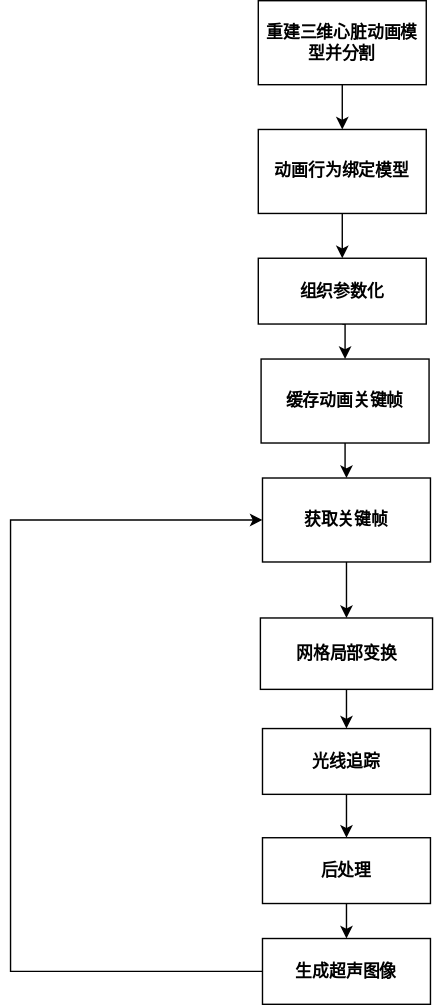
The draw.io diagram 技术路线.svg in shehuinidataoge/-, before a commit. Source tidied: cells renumbered, new cells last; positions are measured from the earlier drawing's top-left corner, leaving out a move shared by most shapes.
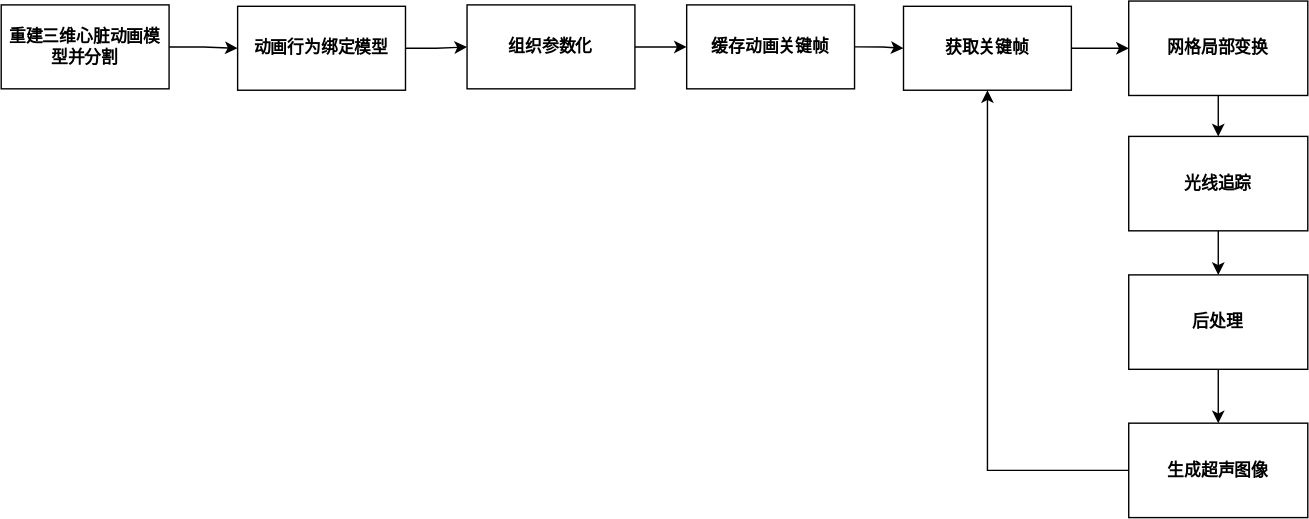
Above is the later version.

Commit message:
更新技术路线.svg

What changed in the source:
```diff
@@ -2,64 +2,59 @@
   <root>
     <mxCell id="0" />
     <mxCell id="1" parent="0" />
-    <mxCell id="2" style="edgeStyle=orthogonalEdgeStyle;rounded=0;jettySize=auto;html=1;fontStyle=1;" parent="1" edge="1" source="3" target="5">
+    <mxCell id="2" style="edgeStyle=orthogonalEdgeStyle;rounded=0;jettySize=auto;html=1;fontStyle=1;align=center;" parent="1" edge="1" source="3" target="5">
       <mxGeometry relative="1" as="geometry" />
     </mxCell>
-    <mxCell id="3" value="重建三维心脏动画模型并分割" style="rounded=0;whiteSpace=wrap;html=1;fontStyle=1;" parent="1" vertex="1">
-      <mxGeometry x="177" width="120" height="60" as="geometry" />
+    <mxCell id="3" value="重建三维心脏动画模型并分割" style="rounded=0;whiteSpace=wrap;html=1;fontStyle=1;align=center;flipV=1;flipH=0;" parent="1" vertex="1">
+      <mxGeometry x="-354" y="131" width="120" height="60" as="geometry" />
     </mxCell>
-    <mxCell id="4" style="edgeStyle=orthogonalEdgeStyle;rounded=0;jettySize=auto;html=1;fontStyle=1;" parent="1" edge="1" source="5" target="7">
+    <mxCell id="4" style="edgeStyle=orthogonalEdgeStyle;rounded=0;jettySize=auto;html=1;fontStyle=1;align=center;" parent="1" edge="1" source="5" target="7">
       <mxGeometry relative="1" as="geometry" />
     </mxCell>
-    <mxCell id="5" value="动画行为绑定模型" style="rounded=0;whiteSpace=wrap;html=1;fontStyle=1;" parent="1" vertex="1">
-      <mxGeometry x="177" y="92" width="120" height="60" as="geometry" />
+    <mxCell id="5" value="动画行为绑定模型" style="rounded=0;whiteSpace=wrap;html=1;fontStyle=1;align=center;flipV=1;flipH=0;" parent="1" vertex="1">
+      <mxGeometry x="-185" y="132" width="120" height="60" as="geometry" />
     </mxCell>
+    <mxCell id="10" style="edgeStyle=orthogonalEdgeStyle;rounded=0;jettySize=auto;html=1;exitX=0.5;exitY=1;exitDx=0;exitDy=0;entryX=0.5;entryY=0;entryDx=0;entryDy=0;" parent="1" edge="1" source="11" target="15">
+      <mxGeometry relative="1" as="geometry" />
+    </mxCell>
+    <mxCell id="11" value="网格局部变换" style="rounded=0;whiteSpace=wrap;html=1;fontStyle=1;align=center;flipV=1;flipH=0;" parent="1" vertex="1">
+      <mxGeometry x="452" y="128.2" width="128" height="67.5" as="geometry" />
+    </mxCell>
-    <mxCell id="6" style="edgeStyle=orthogonalEdgeStyle;rounded=0;jettySize=auto;html=1;exitX=0.5;exitY=1;exitDx=0;exitDy=0;entryX=0.5;entryY=0;entryDx=0;entryDy=0;fontStyle=1;" parent="1" edge="1" source="7" target="9">
+    <mxCell id="6" style="edgeStyle=orthogonalEdgeStyle;rounded=0;jettySize=auto;html=1;" parent="1" edge="1" source="7" target="9">
       <mxGeometry relative="1" as="geometry" />
     </mxCell>
-    <mxCell id="7" value="&#10;&lt;br style=&quot;border-color: var(--border-color); color: rgb(0, 0, 0); font-family: Helvetica; font-size: 12px; font-style: normal; font-variant-ligatures: normal; font-variant-caps: normal; letter-spacing: normal; orphans: 2; text-align: center; text-indent: 0px; text-transform: none; widows: 2; word-spacing: 0px; -webkit-text-stroke-width: 0px; background-color: rgb(255, 255, 255); text-decoration-thickness: initial; text-decoration-style: initial; text-decoration-color: initial;&quot;&gt;&lt;span style=&quot;border-color: var(--border-color); color: rgb(0, 0, 0); font-family: Helvetica; font-size: 12px; font-style: normal; font-variant-ligatures: normal; font-variant-caps: normal; letter-spacing: normal; orphans: 2; text-align: center; text-indent: 0px; text-transform: none; widows: 2; word-spacing: 0px; -webkit-text-stroke-width: 0px; text-decoration-thickness: initial; text-decoration-style: initial; text-decoration-color: initial; background-color: rgb(255, 255, 255); float: none; display: inline !important;&quot;&gt;组织参数化&lt;/span&gt;&lt;br style=&quot;border-color: var(--border-color); color: rgb(0, 0, 0); font-family: Helvetica; font-size: 12px; font-style: normal; font-variant-ligatures: normal; font-variant-caps: normal; letter-spacing: normal; orphans: 2; text-align: center; text-indent: 0px; text-transform: none; widows: 2; word-spacing: 0px; -webkit-text-stroke-width: 0px; background-color: rgb(255, 255, 255); text-decoration-thickness: initial; text-decoration-style: initial; text-decoration-color: initial;&quot;&gt;&#10;&#10;" style="rounded=0;whiteSpace=wrap;html=1;fontStyle=1;" parent="1" vertex="1">
-      <mxGeometry x="177" y="184" width="120" height="47" as="geometry" />
+    <mxCell id="7" value="组织参数化" style="rounded=0;whiteSpace=wrap;html=1;fontStyle=1;align=center;flipV=1;flipH=0;" parent="1" vertex="1">
+      <mxGeometry x="-21" y="131" width="120" height="60" as="geometry" />
     </mxCell>
-    <mxCell id="8" style="edgeStyle=orthogonalEdgeStyle;rounded=0;jettySize=auto;html=1;entryX=0.5;entryY=0;entryDx=0;entryDy=0;fontStyle=1;" parent="1" edge="1" source="9" target="13">
+    <mxCell id="8" style="edgeStyle=orthogonalEdgeStyle;rounded=0;jettySize=auto;html=1;exitX=1;exitY=0.5;exitDx=0;exitDy=0;" parent="1" edge="1" source="9" target="13">
       <mxGeometry relative="1" as="geometry" />
     </mxCell>
-    <mxCell id="9" value="缓存动画关键帧" style="rounded=0;whiteSpace=wrap;html=1;fontStyle=1;" parent="1" vertex="1">
-      <mxGeometry x="179" y="256" width="120" height="60" as="geometry" />
+    <mxCell id="9" value="缓存动画关键帧" style="rounded=0;whiteSpace=wrap;html=1;fontStyle=1;align=center;flipV=1;flipH=0;" parent="1" vertex="1">
+      <mxGeometry x="136" y="131" width="120" height="60" as="geometry" />
     </mxCell>
-    <mxCell id="10" style="edgeStyle=orthogonalEdgeStyle;rounded=0;jettySize=auto;html=1;fontStyle=1;" parent="1" edge="1" source="11" target="15">
-      <mxGeometry relative="1" as="geometry" />
-    </mxCell>
-    <mxCell id="11" value="网格局部变换" style="rounded=0;whiteSpace=wrap;html=1;fontStyle=1;" parent="1" vertex="1">
-      <mxGeometry x="178.5" y="441" width="123" height="51" as="geometry" />
-    </mxCell>
-    <mxCell id="12" style="edgeStyle=orthogonalEdgeStyle;rounded=0;jettySize=auto;html=1;exitX=0.5;exitY=1;exitDx=0;exitDy=0;fontStyle=1;" parent="1" edge="1" source="13" target="11">
+    <mxCell id="12" style="edgeStyle=orthogonalEdgeStyle;rounded=0;jettySize=auto;html=1;exitX=1;exitY=0.5;exitDx=0;exitDy=0;" parent="1" edge="1" source="13" target="11">
       <mxGeometry relative="1" as="geometry" />
     </mxCell>
-    <mxCell id="13" value="获取关键帧" style="rounded=0;whiteSpace=wrap;html=1;fontStyle=1;" parent="1" vertex="1">
-      <mxGeometry x="180" y="341" width="120" height="60" as="geometry" />
+    <mxCell id="13" value="获取关键帧" style="rounded=0;whiteSpace=wrap;html=1;fontStyle=1;align=center;flipV=1;flipH=0;" parent="1" vertex="1">
+      <mxGeometry x="291" y="132" width="120" height="60" as="geometry" />
     </mxCell>
-    <mxCell id="14" style="edgeStyle=orthogonalEdgeStyle;rounded=0;jettySize=auto;html=1;fontStyle=1;" parent="1" edge="1" source="15" target="17">
+    <mxCell id="14" style="edgeStyle=orthogonalEdgeStyle;rounded=0;jettySize=auto;html=1;exitX=0.5;exitY=1;exitDx=0;exitDy=0;entryX=0.5;entryY=0;entryDx=0;entryDy=0;" parent="1" edge="1" source="15" target="17">
       <mxGeometry relative="1" as="geometry" />
     </mxCell>
-    <mxCell id="15" value="光线追踪" style="rounded=0;whiteSpace=wrap;html=1;fontStyle=1;" parent="1" vertex="1">
-      <mxGeometry x="180" y="520" width="120" height="47" as="geometry" />
+    <mxCell id="15" value="光线追踪" style="rounded=0;whiteSpace=wrap;html=1;fontStyle=1;align=center;flipV=1;flipH=0;" parent="1" vertex="1">
+      <mxGeometry x="452" y="225" width="128" height="67.5" as="geometry" />
     </mxCell>
-    <mxCell id="16" style="edgeStyle=orthogonalEdgeStyle;rounded=0;jettySize=auto;html=1;fontStyle=1;" parent="1" edge="1" source="17" target="19">
+    <mxCell id="16" style="edgeStyle=orthogonalEdgeStyle;rounded=0;jettySize=auto;html=1;exitX=0.5;exitY=1;exitDx=0;exitDy=0;entryX=0.5;entryY=0;entryDx=0;entryDy=0;" parent="1" edge="1" source="17" target="19">
       <mxGeometry relative="1" as="geometry" />
     </mxCell>
-    <mxCell id="17" value="后处理" style="rounded=0;whiteSpace=wrap;html=1;fontStyle=1;" parent="1" vertex="1">
-      <mxGeometry x="180" y="598" width="120" height="47" as="geometry" />
+    <mxCell id="17" value="后处理" style="rounded=0;whiteSpace=wrap;html=1;fontStyle=1;align=center;flipV=1;flipH=0;" parent="1" vertex="1">
+      <mxGeometry x="452" y="324" width="128" height="67.5" as="geometry" />
     </mxCell>
-    <mxCell id="18" style="edgeStyle=orthogonalEdgeStyle;rounded=0;jettySize=auto;html=1;exitX=0;exitY=0.5;exitDx=0;exitDy=0;entryX=0;entryY=0.5;entryDx=0;entryDy=0;fontStyle=1;" parent="1" edge="1" source="19" target="13">
-      <mxGeometry relative="1" as="geometry">
-        <Array as="points">
-          <mxPoint y="694" />
-          <mxPoint y="371" />
-        </Array>
-      </mxGeometry>
+    <mxCell id="18" style="edgeStyle=orthogonalEdgeStyle;rounded=0;jettySize=auto;html=1;exitX=0;exitY=0.5;exitDx=0;exitDy=0;entryX=0.5;entryY=1;entryDx=0;entryDy=0;" parent="1" edge="1" source="19" target="13">
+      <mxGeometry relative="1" as="geometry" />
     </mxCell>
-    <mxCell id="19" value="生成超声图像" style="rounded=0;whiteSpace=wrap;html=1;fontStyle=1;" parent="1" vertex="1">
-      <mxGeometry x="180" y="670" width="120" height="47" as="geometry" />
+    <mxCell id="19" value="生成超声图像" style="rounded=0;whiteSpace=wrap;html=1;fontStyle=1;align=center;flipV=1;flipH=0;" parent="1" vertex="1">
+      <mxGeometry x="452" y="430" width="128" height="67.5" as="geometry" />
     </mxCell>
   </root>
 </mxGraphModel>
```
